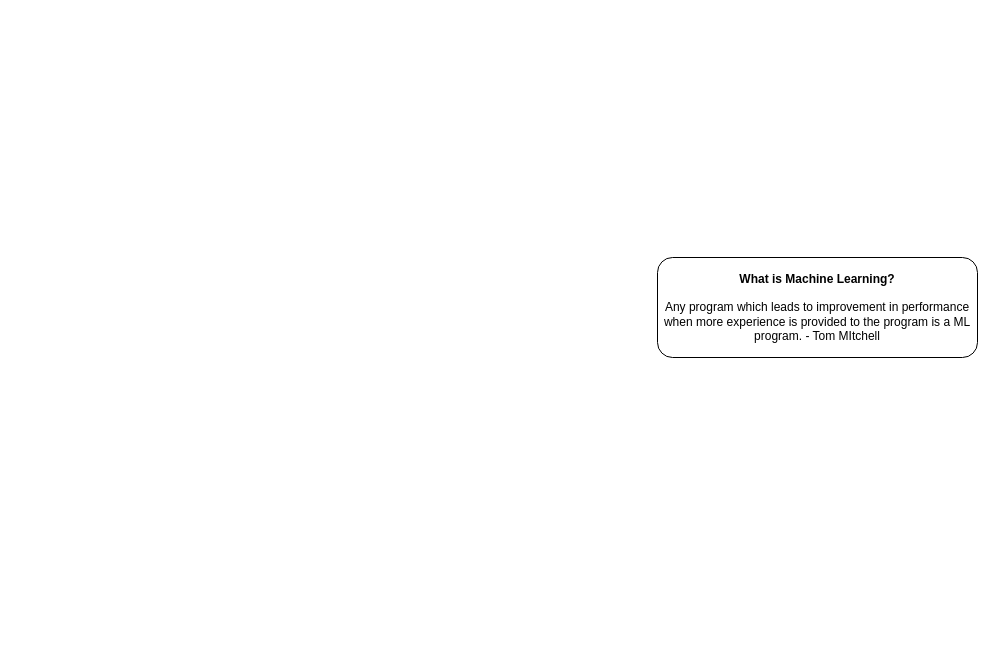
This is ML-01.drawio from AmlanAlok/draw.io-diagrams, a draw.io file, before an edit. Source tidied: cells renumbered, new cells numbered last; positions are measured from the earlier drawing's top-left corner, leaving out a move shared by most shapes. Both pictures are drawn from the tidied source at 100%, with x=0, y=0 at pixel (657, 257).
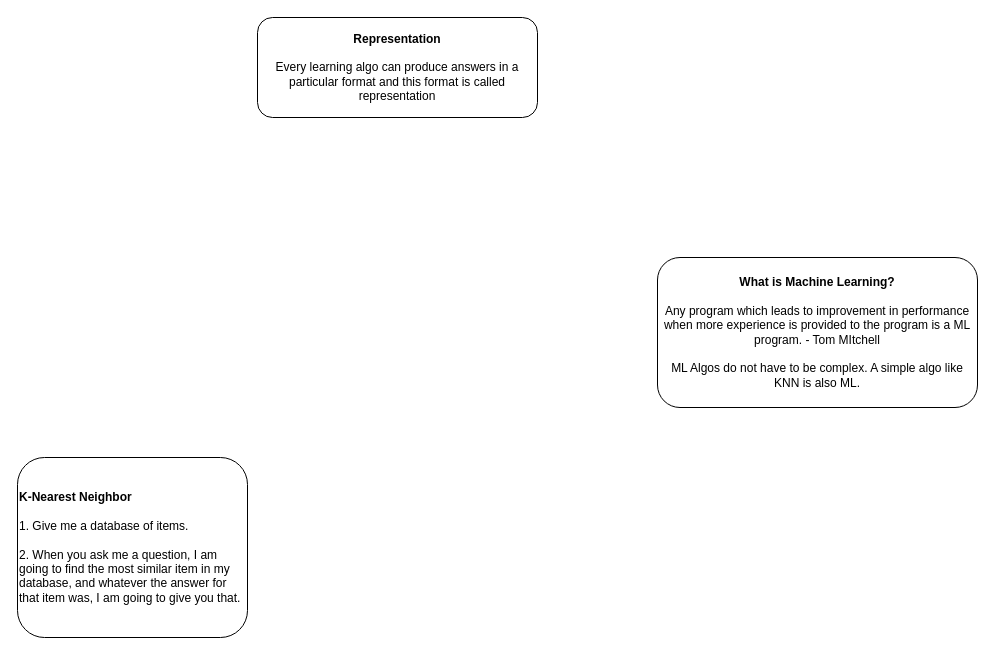
The same page after the edit.

Change to the diagram source:
```diff
@@
 <mxGraphModel>
   <root>
     <mxCell id="0" />
     <mxCell id="1" parent="0" />
-    <mxCell id="2" value="&lt;b&gt;What is Machine Learning?&lt;/b&gt;&lt;br&gt;&lt;br&gt;Any program which leads to improvement in performance when more experience is provided to the program is a ML program. - Tom MItchell" style="rounded=1;whiteSpace=wrap;html=1;" parent="1" vertex="1">
-      <mxGeometry width="320" height="100" as="geometry" />
+    <mxCell id="2" value="&lt;b&gt;What is Machine Learning?&lt;/b&gt;&lt;br&gt;&lt;br&gt;Any program which leads to improvement in performance when more experience is provided to the program is a ML program. - Tom MItchell&lt;br&gt;&lt;br&gt;ML Algos do not have to be complex. A simple algo like KNN is also ML." style="rounded=1;whiteSpace=wrap;html=1;" parent="1" vertex="1">
+      <mxGeometry width="320" height="150" as="geometry" />
     </mxCell>
+    <mxCell id="3" value="&lt;b&gt;K-Nearest Neighbor&lt;/b&gt;&lt;br&gt;&lt;br&gt;1. Give me a database of items.&lt;br&gt;&lt;br&gt;2. When you ask me a question, I am going to find the most similar item in my database, and whatever the answer for that item was, I am going to give you that." style="rounded=1;whiteSpace=wrap;html=1;align=left;" parent="1" vertex="1">
+      <mxGeometry x="-640" y="200" width="230" height="180" as="geometry" />
+    </mxCell>
+    <mxCell id="4" value="&lt;b&gt;Representation&lt;br&gt;&lt;/b&gt;&lt;br&gt;Every learning algo can produce answers in a particular format and this format is called representation" style="rounded=1;whiteSpace=wrap;html=1;" parent="1" vertex="1">
+      <mxGeometry x="-400" y="-240" width="280" height="100" as="geometry" />
+    </mxCell>
   </root>
 </mxGraphModel>
```
